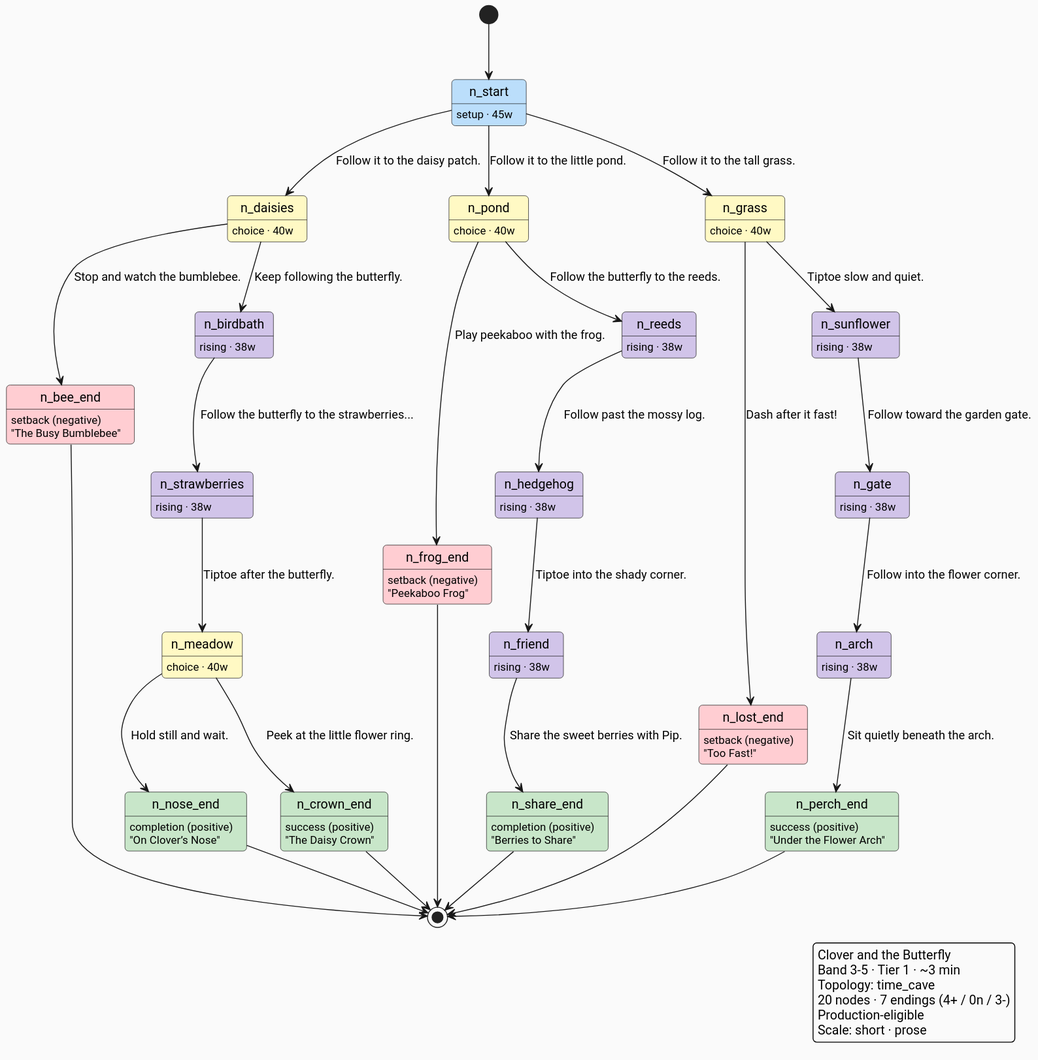
ByronWilliamsCPA/cyo-adventure keeps this PlantUML diagram as docs/architecture/diagrams/skeletons/3-5/the-clover-and-the-butterfly.svg. Above is the earlier version. The source it was exported from:
```plantuml
@startuml
skinparam defaultFontName "Roboto"
skinparam backgroundColor #FAFAFA
skinparam roundCorner 8
hide empty description

[*] --> n_start
state n_start #BBDEFB
n_start : setup · 45w
state n_daisies #FFF9C4
n_daisies : choice · 40w
state n_bee_end #FFCDD2
n_bee_end : setback (negative)
n_bee_end : "The Busy Bumblebee"
state n_birdbath #D1C4E9
n_birdbath : rising · 38w
state n_strawberries #D1C4E9
n_strawberries : rising · 38w
state n_meadow #FFF9C4
n_meadow : choice · 40w
state n_nose_end #C8E6C9
n_nose_end : completion (positive)
n_nose_end : "On Clover’s Nose"
state n_crown_end #C8E6C9
n_crown_end : success (positive)
n_crown_end : "The Daisy Crown"
state n_pond #FFF9C4
n_pond : choice · 40w
state n_frog_end #FFCDD2
n_frog_end : setback (negative)
n_frog_end : "Peekaboo Frog"
state n_reeds #D1C4E9
n_reeds : rising · 38w
state n_hedgehog #D1C4E9
n_hedgehog : rising · 38w
state n_friend #D1C4E9
n_friend : rising · 38w
state n_share_end #C8E6C9
n_share_end : completion (positive)
n_share_end : "Berries to Share"
state n_grass #FFF9C4
n_grass : choice · 40w
state n_lost_end #FFCDD2
n_lost_end : setback (negative)
n_lost_end : "Too Fast!"
state n_sunflower #D1C4E9
n_sunflower : rising · 38w
state n_gate #D1C4E9
n_gate : rising · 38w
state n_arch #D1C4E9
n_arch : rising · 38w
state n_perch_end #C8E6C9
n_perch_end : success (positive)
n_perch_end : "Under the Flower Arch"
n_start --> n_daisies : Follow it to the daisy patch.
n_start --> n_pond : Follow it to the little pond.
n_start --> n_grass : Follow it to the tall grass.
n_daisies --> n_bee_end : Stop and watch the bumblebee.
n_daisies --> n_birdbath : Keep following the butterfly.
n_birdbath --> n_strawberries : Follow the butterfly to the strawberries...
n_strawberries --> n_meadow : Tiptoe after the butterfly.
n_meadow --> n_nose_end : Hold still and wait.
n_meadow --> n_crown_end : Peek at the little flower ring.
n_pond --> n_frog_end : Play peekaboo with the frog.
n_pond --> n_reeds : Follow the butterfly to the reeds.
n_reeds --> n_hedgehog : Follow past the mossy log.
n_hedgehog --> n_friend : Tiptoe into the shady corner.
n_friend --> n_share_end : Share the sweet berries with Pip.
n_grass --> n_lost_end : Dash after it fast!
n_grass --> n_sunflower : Tiptoe slow and quiet.
n_sunflower --> n_gate : Follow toward the garden gate.
n_gate --> n_arch : Follow into the flower corner.
n_arch --> n_perch_end : Sit quietly beneath the arch.
n_bee_end --> [*]
n_nose_end --> [*]
n_crown_end --> [*]
n_frog_end --> [*]
n_share_end --> [*]
n_lost_end --> [*]
n_perch_end --> [*]

legend right
  Clover and the Butterfly
  Band 3-5 · Tier 1 · ~3 min
  Topology: time_cave
  20 nodes · 7 endings (4+ / 0n / 3-)
  Production-eligible
  Scale: short · prose
endlegend
@enduml
```
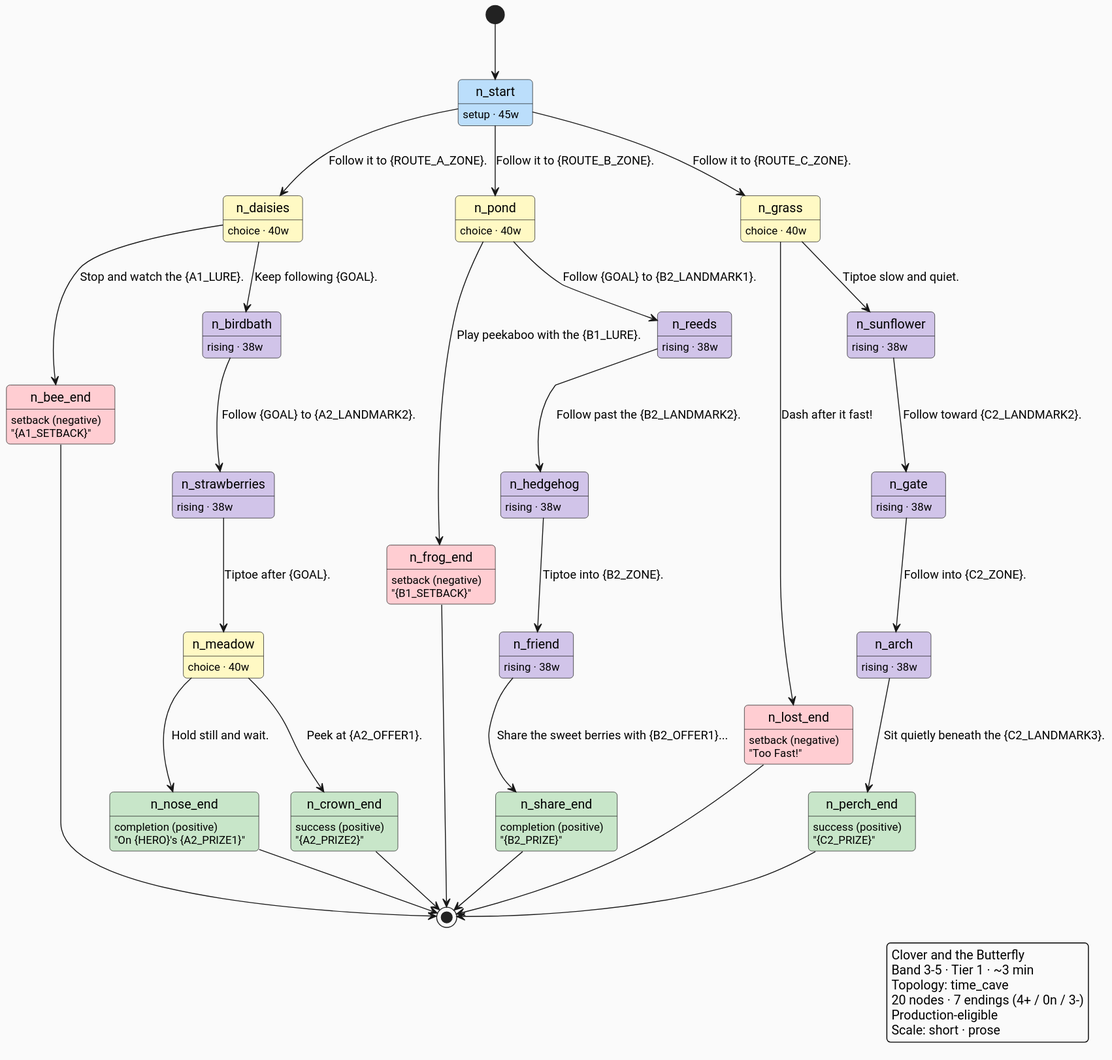
Above is the later version.

The edit, as a diff of the source:
```diff
@@ -11,7 +11,7 @@
 n_daisies : choice · 40w
 state n_bee_end #FFCDD2
 n_bee_end : setback (negative)
-n_bee_end : "The Busy Bumblebee"
+n_bee_end : "{A1_SETBACK}"
 state n_birdbath #D1C4E9
 n_birdbath : rising · 38w
 state n_strawberries #D1C4E9
@@ -20,15 +20,15 @@
 n_meadow : choice · 40w
 state n_nose_end #C8E6C9
 n_nose_end : completion (positive)
-n_nose_end : "On Clover’s Nose"
+n_nose_end : "On {HERO}'s {A2_PRIZE1}"
 state n_crown_end #C8E6C9
 n_crown_end : success (positive)
-n_crown_end : "The Daisy Crown"
+n_crown_end : "{A2_PRIZE2}"
 state n_pond #FFF9C4
 n_pond : choice · 40w
 state n_frog_end #FFCDD2
 n_frog_end : setback (negative)
-n_frog_end : "Peekaboo Frog"
+n_frog_end : "{B1_SETBACK}"
 state n_reeds #D1C4E9
 n_reeds : rising · 38w
 state n_hedgehog #D1C4E9
@@ -37,7 +37,7 @@
 n_friend : rising · 38w
 state n_share_end #C8E6C9
 n_share_end : completion (positive)
-n_share_end : "Berries to Share"
+n_share_end : "{B2_PRIZE}"
 state n_grass #FFF9C4
 n_grass : choice · 40w
 state n_lost_end #FFCDD2
@@ -51,26 +51,26 @@
 n_arch : rising · 38w
 state n_perch_end #C8E6C9
 n_perch_end : success (positive)
-n_perch_end : "Under the Flower Arch"
-n_start --> n_daisies : Follow it to the daisy patch.
-n_start --> n_pond : Follow it to the little pond.
-n_start --> n_grass : Follow it to the tall grass.
-n_daisies --> n_bee_end : Stop and watch the bumblebee.
-n_daisies --> n_birdbath : Keep following the butterfly.
-n_birdbath --> n_strawberries : Follow the butterfly to the strawberries...
-n_strawberries --> n_meadow : Tiptoe after the butterfly.
+n_perch_end : "{C2_PRIZE}"
+n_start --> n_daisies : Follow it to {ROUTE_A_ZONE}.
+n_start --> n_pond : Follow it to {ROUTE_B_ZONE}.
+n_start --> n_grass : Follow it to {ROUTE_C_ZONE}.
+n_daisies --> n_bee_end : Stop and watch the {A1_LURE}.
+n_daisies --> n_birdbath : Keep following {GOAL}.
+n_birdbath --> n_strawberries : Follow {GOAL} to {A2_LANDMARK2}.
+n_strawberries --> n_meadow : Tiptoe after {GOAL}.
 n_meadow --> n_nose_end : Hold still and wait.
-n_meadow --> n_crown_end : Peek at the little flower ring.
-n_pond --> n_frog_end : Play peekaboo with the frog.
-n_pond --> n_reeds : Follow the butterfly to the reeds.
-n_reeds --> n_hedgehog : Follow past the mossy log.
-n_hedgehog --> n_friend : Tiptoe into the shady corner.
-n_friend --> n_share_end : Share the sweet berries with Pip.
+n_meadow --> n_crown_end : Peek at {A2_OFFER1}.
+n_pond --> n_frog_end : Play peekaboo with the {B1_LURE}.
+n_pond --> n_reeds : Follow {GOAL} to {B2_LANDMARK1}.
+n_reeds --> n_hedgehog : Follow past the {B2_LANDMARK2}.
+n_hedgehog --> n_friend : Tiptoe into {B2_ZONE}.
+n_friend --> n_share_end : Share the sweet berries with {B2_OFFER1}...
 n_grass --> n_lost_end : Dash after it fast!
 n_grass --> n_sunflower : Tiptoe slow and quiet.
-n_sunflower --> n_gate : Follow toward the garden gate.
-n_gate --> n_arch : Follow into the flower corner.
-n_arch --> n_perch_end : Sit quietly beneath the arch.
+n_sunflower --> n_gate : Follow toward {C2_LANDMARK2}.
+n_gate --> n_arch : Follow into {C2_ZONE}.
+n_arch --> n_perch_end : Sit quietly beneath the {C2_LANDMARK3}.
 n_bee_end --> [*]
 n_nose_end --> [*]
 n_crown_end --> [*]
```
